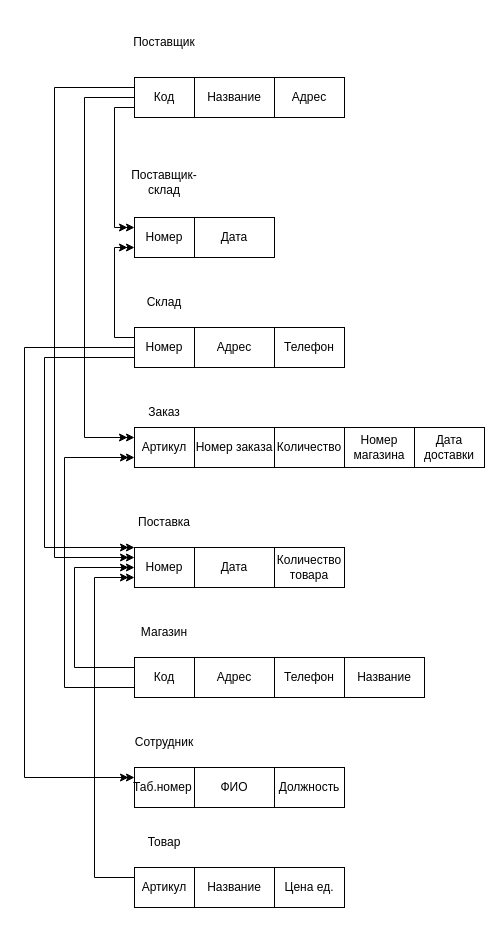
Earlier version of the draw.io diagram Untitled Diagram.drawio (polina-shimolina/Weather). Source tidied: cells renumbered, new cells numbered last; positions are measured from the earlier drawing's top-left corner, leaving out a move shared by most shapes. Both pictures are drawn from the tidied source at 100%, with x=0, y=0 at pixel (24, 27).
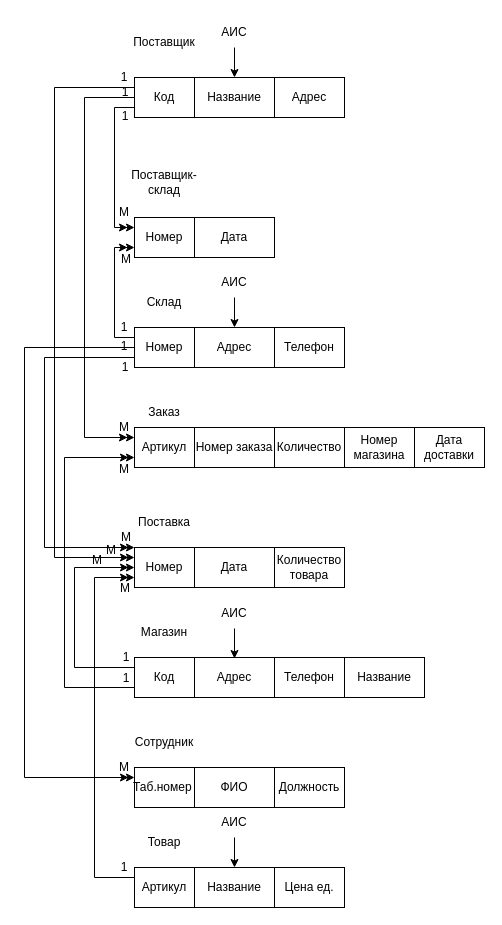
The same page after the edit.

The change refers to these unchanged cells:
```xml
<mxCell id="2" style="group;" parent="1" vertex="1">
  <mxGeometry x="110" width="210" height="90" as="geometry" />
</mxCell>
<mxCell id="35" style="group;" parent="1" vertex="1">
  <mxGeometry x="110" y="260" width="210" height="80" as="geometry" />
</mxCell>
```

Change to the diagram source:
```diff
@@
+    <mxCell id="62" style="group;" parent="2" vertex="1">
+      <mxGeometry x="70" y="-10" width="60" height="60" as="geometry" />
+    </mxCell>
+    <mxCell id="63" value="АИС" style="text;html=1;strokeColor=none;fillColor=none;align=center;verticalAlign=middle;whiteSpace=wrap;rounded=0;" parent="62" vertex="1">
+      <mxGeometry width="60" height="30" as="geometry" />
+    </mxCell>
+    <mxCell id="64" style="endArrow=classic;html=1;rounded=0;exitX=0.5;exitY=1;exitDx=0;exitDy=0;" parent="62" edge="1" source="63">
+      <mxGeometry relative="1" as="geometry">
+        <mxPoint x="30" y="60" as="targetPoint" />
+      </mxGeometry>
+    </mxCell>
@@
+    <mxCell id="65" value="АИС" style="text;html=1;strokeColor=none;fillColor=none;align=center;verticalAlign=middle;whiteSpace=wrap;rounded=0;" parent="35" vertex="1">
+      <mxGeometry x="70" y="-20" width="60" height="30" as="geometry" />
+    </mxCell>
+    <mxCell id="66" style="endArrow=classic;html=1;rounded=0;exitX=0.5;exitY=1;exitDx=0;exitDy=0;" parent="35" edge="1" source="65">
+      <mxGeometry relative="1" as="geometry">
+        <mxPoint x="100" y="40" as="targetPoint" />
+      </mxGeometry>
+    </mxCell>
@@
+    <mxCell id="67" value="М" style="text;html=1;strokeColor=none;fillColor=none;align=center;verticalAlign=middle;whiteSpace=wrap;rounded=0;" parent="1" vertex="1">
+      <mxGeometry x="90" y="175" width="20" height="20" as="geometry" />
+    </mxCell>
+    <mxCell id="68" value="М" style="text;html=1;strokeColor=none;fillColor=none;align=center;verticalAlign=middle;whiteSpace=wrap;rounded=0;" parent="1" vertex="1">
+      <mxGeometry x="92" y="222" width="20" height="20" as="geometry" />
+    </mxCell>
+    <mxCell id="69" value="М" style="text;html=1;strokeColor=none;fillColor=none;align=center;verticalAlign=middle;whiteSpace=wrap;rounded=0;" parent="1" vertex="1">
+      <mxGeometry x="90" y="390" width="20" height="20" as="geometry" />
+    </mxCell>
+    <mxCell id="70" value="М" style="text;html=1;strokeColor=none;fillColor=none;align=center;verticalAlign=middle;whiteSpace=wrap;rounded=0;" parent="1" vertex="1">
+      <mxGeometry x="90" y="432" width="20" height="20" as="geometry" />
+    </mxCell>
+    <mxCell id="71" value="М" style="text;html=1;strokeColor=none;fillColor=none;align=center;verticalAlign=middle;whiteSpace=wrap;rounded=0;" parent="1" vertex="1">
+      <mxGeometry x="92" y="500" width="20" height="20" as="geometry" />
+    </mxCell>
+    <mxCell id="72" value="М" style="text;html=1;strokeColor=none;fillColor=none;align=center;verticalAlign=middle;whiteSpace=wrap;rounded=0;" parent="1" vertex="1">
+      <mxGeometry x="77" y="513" width="20" height="20" as="geometry" />
+    </mxCell>
+    <mxCell id="73" value="М" style="text;html=1;strokeColor=none;fillColor=none;align=center;verticalAlign=middle;whiteSpace=wrap;rounded=0;" parent="1" vertex="1">
+      <mxGeometry x="63" y="523" width="20" height="20" as="geometry" />
+    </mxCell>
+    <mxCell id="74" value="М" style="text;html=1;strokeColor=none;fillColor=none;align=center;verticalAlign=middle;whiteSpace=wrap;rounded=0;" parent="1" vertex="1">
+      <mxGeometry x="91" y="551" width="20" height="20" as="geometry" />
+    </mxCell>
+    <mxCell id="75" value="М" style="text;html=1;strokeColor=none;fillColor=none;align=center;verticalAlign=middle;whiteSpace=wrap;rounded=0;" parent="1" vertex="1">
+      <mxGeometry x="90" y="730" width="20" height="20" as="geometry" />
+    </mxCell>
+    <mxCell id="76" value="1" style="text;html=1;strokeColor=none;fillColor=none;align=center;verticalAlign=middle;whiteSpace=wrap;rounded=0;" parent="1" vertex="1">
+      <mxGeometry x="90" y="40" width="20" height="20" as="geometry" />
+    </mxCell>
+    <mxCell id="77" value="1" style="text;html=1;strokeColor=none;fillColor=none;align=center;verticalAlign=middle;whiteSpace=wrap;rounded=0;" parent="1" vertex="1">
+      <mxGeometry x="91" y="55" width="20" height="20" as="geometry" />
+    </mxCell>
+    <mxCell id="78" value="1" style="text;html=1;strokeColor=none;fillColor=none;align=center;verticalAlign=middle;whiteSpace=wrap;rounded=0;" parent="1" vertex="1">
+      <mxGeometry x="91" y="79" width="20" height="20" as="geometry" />
+    </mxCell>
+    <mxCell id="79" value="1" style="text;html=1;strokeColor=none;fillColor=none;align=center;verticalAlign=middle;whiteSpace=wrap;rounded=0;" parent="1" vertex="1">
+      <mxGeometry x="90" y="290" width="20" height="20" as="geometry" />
+    </mxCell>
+    <mxCell id="80" value="1" style="text;html=1;strokeColor=none;fillColor=none;align=center;verticalAlign=middle;whiteSpace=wrap;rounded=0;" parent="1" vertex="1">
+      <mxGeometry x="91" y="330" width="20" height="20" as="geometry" />
+    </mxCell>
+    <mxCell id="81" value="1" style="text;html=1;strokeColor=none;fillColor=none;align=center;verticalAlign=middle;whiteSpace=wrap;rounded=0;" parent="1" vertex="1">
+      <mxGeometry x="90" y="309" width="20" height="20" as="geometry" />
+    </mxCell>
+    <mxCell id="82" value="1" style="text;html=1;strokeColor=none;fillColor=none;align=center;verticalAlign=middle;whiteSpace=wrap;rounded=0;" parent="1" vertex="1">
+      <mxGeometry x="92" y="620" width="20" height="20" as="geometry" />
+    </mxCell>
+    <mxCell id="83" value="1" style="text;html=1;strokeColor=none;fillColor=none;align=center;verticalAlign=middle;whiteSpace=wrap;rounded=0;" parent="1" vertex="1">
+      <mxGeometry x="92" y="641" width="20" height="20" as="geometry" />
+    </mxCell>
+    <mxCell id="84" value="1" style="text;html=1;strokeColor=none;fillColor=none;align=center;verticalAlign=middle;whiteSpace=wrap;rounded=0;" parent="1" vertex="1">
+      <mxGeometry x="90" y="830" width="20" height="20" as="geometry" />
+    </mxCell>
+    <mxCell id="85" value="АИС" style="text;html=1;strokeColor=none;fillColor=none;align=center;verticalAlign=middle;whiteSpace=wrap;rounded=0;" parent="1" vertex="1">
+      <mxGeometry x="180" y="780" width="60" height="30" as="geometry" />
+    </mxCell>
+    <mxCell id="86" style="endArrow=classic;html=1;rounded=0;exitX=0.5;exitY=1;exitDx=0;exitDy=0;" parent="1" edge="1" source="85">
+      <mxGeometry relative="1" as="geometry">
+        <mxPoint x="210" y="840" as="targetPoint" />
+      </mxGeometry>
+    </mxCell>
+    <mxCell id="87" value="АИС" style="text;html=1;strokeColor=none;fillColor=none;align=center;verticalAlign=middle;whiteSpace=wrap;rounded=0;" parent="1" vertex="1">
+      <mxGeometry x="180" y="571" width="60" height="30" as="geometry" />
+    </mxCell>
+    <mxCell id="88" style="endArrow=classic;html=1;rounded=0;exitX=0.5;exitY=1;exitDx=0;exitDy=0;" parent="1" edge="1" source="87">
+      <mxGeometry relative="1" as="geometry">
+        <mxPoint x="210" y="631" as="targetPoint" />
+      </mxGeometry>
+    </mxCell>
```
